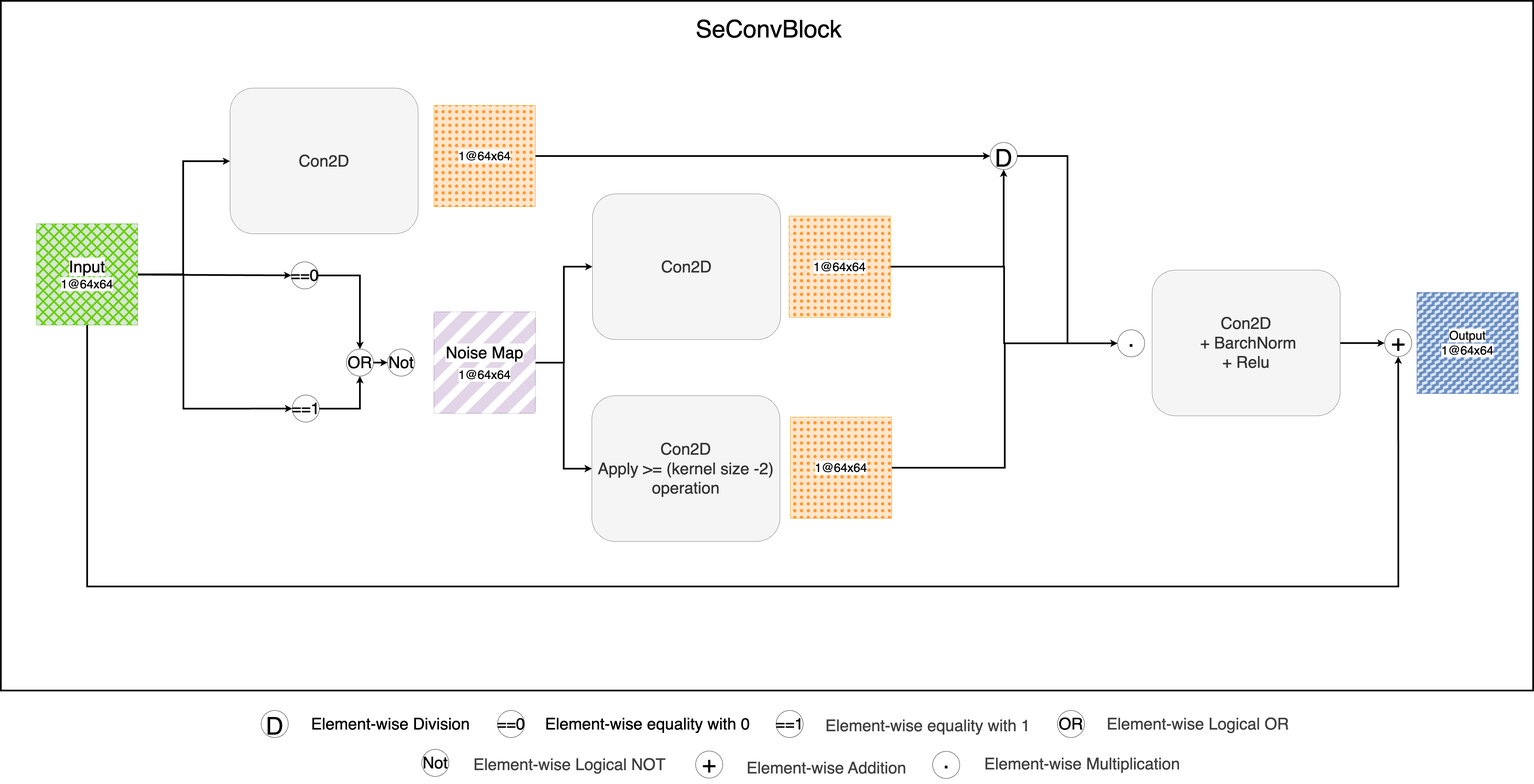
Earlier version of the draw.io export paper/assets/architecture/SeconvBlock.png (mostafa-k-m/seasalt). Source tidied: cells renumbered, new cells last; positions are measured from the earlier drawing's top-left corner, leaving out a move shared by most shapes.
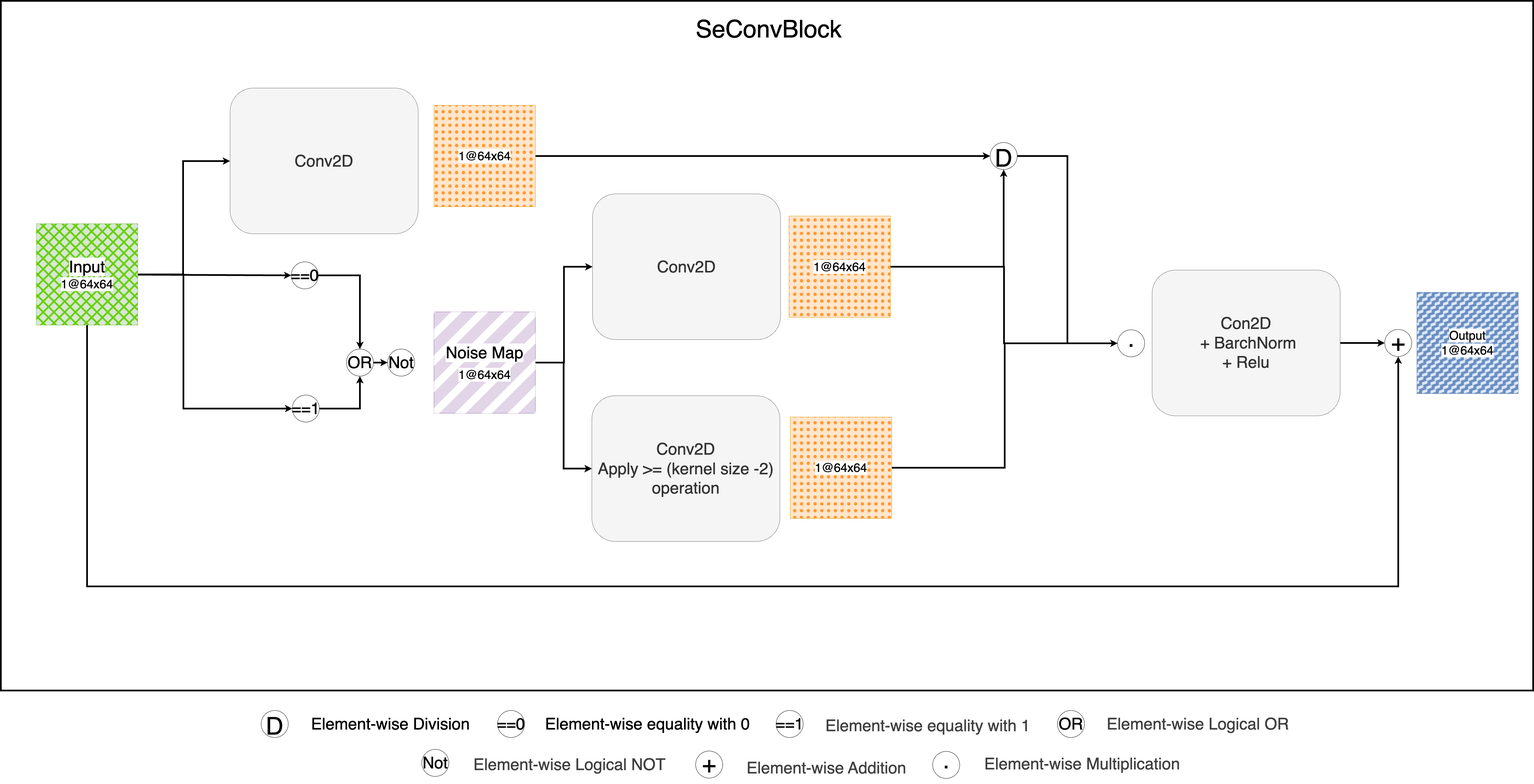
The same diagram one commit later.

Diff of the diagram source:
```diff
@@ -90,13 +90,13 @@
     <mxCell id="27" value="&lt;font style=&quot;font-size: 36px;&quot;&gt;1@64x64&lt;/font&gt;" style="whiteSpace=wrap;html=1;fillColor=#ffe6cc;strokeColor=#d79b00;" parent="1" vertex="1">
       <mxGeometry x="1281" y="309" width="300" height="300" as="geometry" />
     </mxCell>
-    <mxCell id="28" value="&lt;font style=&quot;font-size: 48px;&quot;&gt;Con2D&lt;/font&gt;" style="rounded=1;whiteSpace=wrap;html=1;fillColor=#f5f5f5;fontColor=#333333;strokeColor=#666666;arcSize=16;" parent="1" vertex="1">
+    <mxCell id="28" value="&lt;font style=&quot;font-size: 48px;&quot;&gt;Conv2D&lt;/font&gt;" style="rounded=1;whiteSpace=wrap;html=1;fillColor=#f5f5f5;fontColor=#333333;strokeColor=#666666;arcSize=16;" parent="1" vertex="1">
       <mxGeometry x="678" y="258" width="556.1" height="431.1" as="geometry" />
     </mxCell>
-    <mxCell id="29" value="&lt;div&gt;&lt;font style=&quot;font-size: 48px;&quot;&gt;Con2D&lt;/font&gt;&lt;/div&gt;&lt;div&gt;&lt;font style=&quot;font-size: 48px;&quot;&gt;Apply &amp;gt;= (kernel size -2)&lt;br&gt;operation&lt;br&gt;&lt;/font&gt;&lt;/div&gt;" style="rounded=1;whiteSpace=wrap;html=1;fillColor=#f5f5f5;fontColor=#333333;strokeColor=#666666;arcSize=16;" parent="1" vertex="1">
+    <mxCell id="29" value="&lt;div&gt;&lt;font style=&quot;font-size: 48px;&quot;&gt;Conv2D&lt;/font&gt;&lt;/div&gt;&lt;div&gt;&lt;font style=&quot;font-size: 48px;&quot;&gt;Apply &amp;gt;= (kernel size -2)&lt;br&gt;operation&lt;br&gt;&lt;/font&gt;&lt;/div&gt;" style="rounded=1;whiteSpace=wrap;html=1;fillColor=#f5f5f5;fontColor=#333333;strokeColor=#666666;arcSize=16;" parent="1" vertex="1">
       <mxGeometry x="1748" y="1168" width="556.1" height="431.1" as="geometry" />
     </mxCell>
-    <mxCell id="30" value="&lt;div&gt;&lt;font style=&quot;font-size: 48px;&quot;&gt;Con2D&lt;/font&gt;&lt;/div&gt;" style="rounded=1;whiteSpace=wrap;html=1;fillColor=#f5f5f5;fontColor=#333333;strokeColor=#666666;arcSize=16;" parent="1" vertex="1">
+    <mxCell id="30" value="&lt;div&gt;&lt;font style=&quot;font-size: 48px;&quot;&gt;Conv2D&lt;/font&gt;&lt;/div&gt;" style="rounded=1;whiteSpace=wrap;html=1;fillColor=#f5f5f5;fontColor=#333333;strokeColor=#666666;arcSize=16;" parent="1" vertex="1">
       <mxGeometry x="1750" y="571" width="556.1" height="431.1" as="geometry" />
     </mxCell>
     <mxCell id="31" style="edgeStyle=orthogonalEdgeStyle;rounded=0;jettySize=auto;html=1;entryX=0;entryY=0.5;entryDx=0;entryDy=0;strokeWidth=5;" parent="1" edge="1" source="32" target="40">
```
